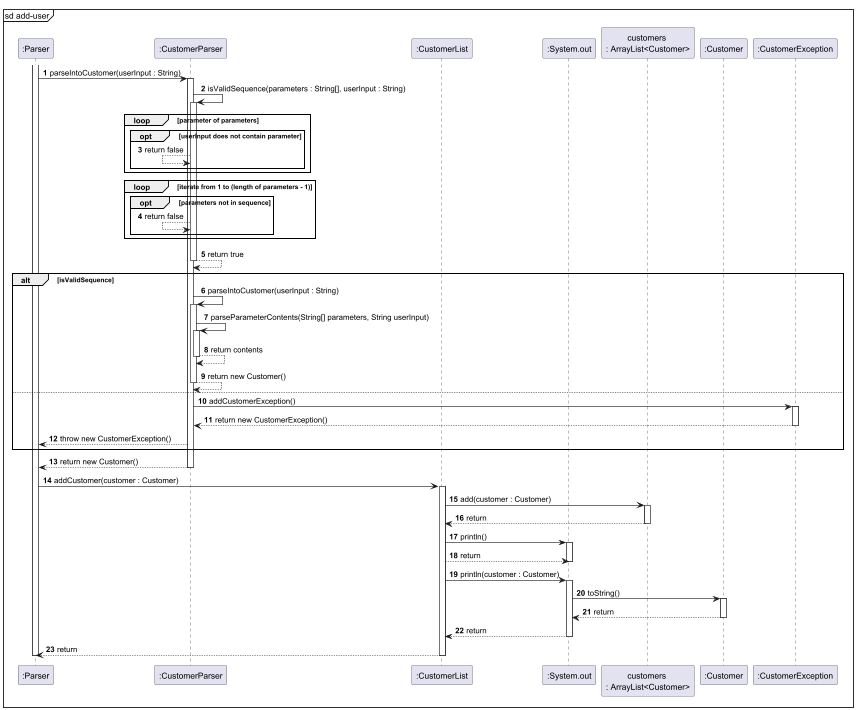
Earlier version of the PlantUML export docs/images/AddCustomerSequence.png (rexkoh425/tp).
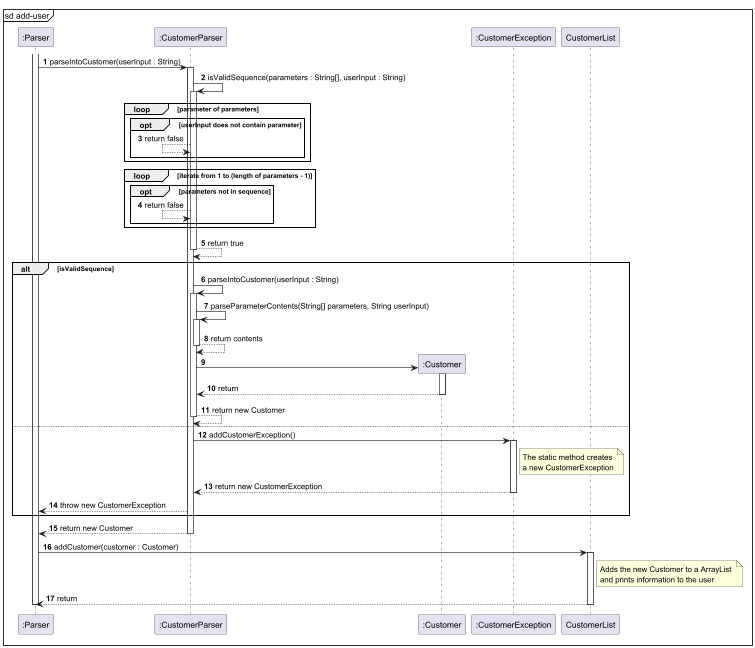
After the change.

What changed in the source:
```diff
@@ -4,9 +4,6 @@
 mainframe sd add-user
 participant ":Parser" as Parser
 participant ":CustomerParser" as CustomerParser
-participant ":CustomerList" as CustomerList
-participant ":System.out" as System.out
-participant "customers \n: ArrayList<Customer>" as CustomerArrayList
 participant ":Customer" as Customer
 participant ":CustomerException" as CustomerException
 
@@ -37,42 +34,36 @@
             activate CustomerParser
                 CustomerParser --> CustomerParser : return contents
             deactivate CustomerParser
-            CustomerParser --> CustomerParser : return new Customer()
+            create Customer
+
+            CustomerParser -> Customer :
+            activate Customer
+            CustomerParser <-- Customer : return
+            deactivate Customer
+            CustomerParser --> CustomerParser : return new Customer
         deactivate CustomerParser
     else
         CustomerParser -> CustomerException : addCustomerException()
         activate CustomerException
-
-            CustomerException --> CustomerParser : return new CustomerException()
+            note right of CustomerException
+                The static method creates
+                a new CustomerException
+            end note
+            CustomerException --> CustomerParser : return new CustomerException
         deactivate CustomerException
-        Parser <-- CustomerParser : throw new CustomerException()
+        Parser <-- CustomerParser : throw new CustomerException
     end alt
-    Parser <-- CustomerParser : return new Customer()
+    Parser <-- CustomerParser : return new Customer
 
 deactivate CustomerParser
 
 Parser -> CustomerList : addCustomer(customer : Customer)
+note right of CustomerList
+    Adds the new Customer to a ArrayList
+    and prints information to the user
+end note
 activate CustomerList
-
-    CustomerList -> CustomerArrayList : add(customer : Customer)
-    activate CustomerArrayList
-
-        CustomerArrayList --> CustomerList : return
-    deactivate CustomerArrayList
-
-    CustomerList -> System.out : println()
-    activate System.out
-        System.out <-- CustomerList : return
-    deactivate System.out
-    CustomerList -> System.out : println(customer : Customer)
-    activate System.out
-        System.out -> Customer : toString()
-        activate Customer
-            Customer --> System.out : return
-        deactivate Customer
-    CustomerList <-- System.out : return
-    deactivate System.out
-Parser <-- CustomerList : return
+    Parser <-- CustomerList : return
 deactivate CustomerList
 deactivate Parser
 @enduml
```
